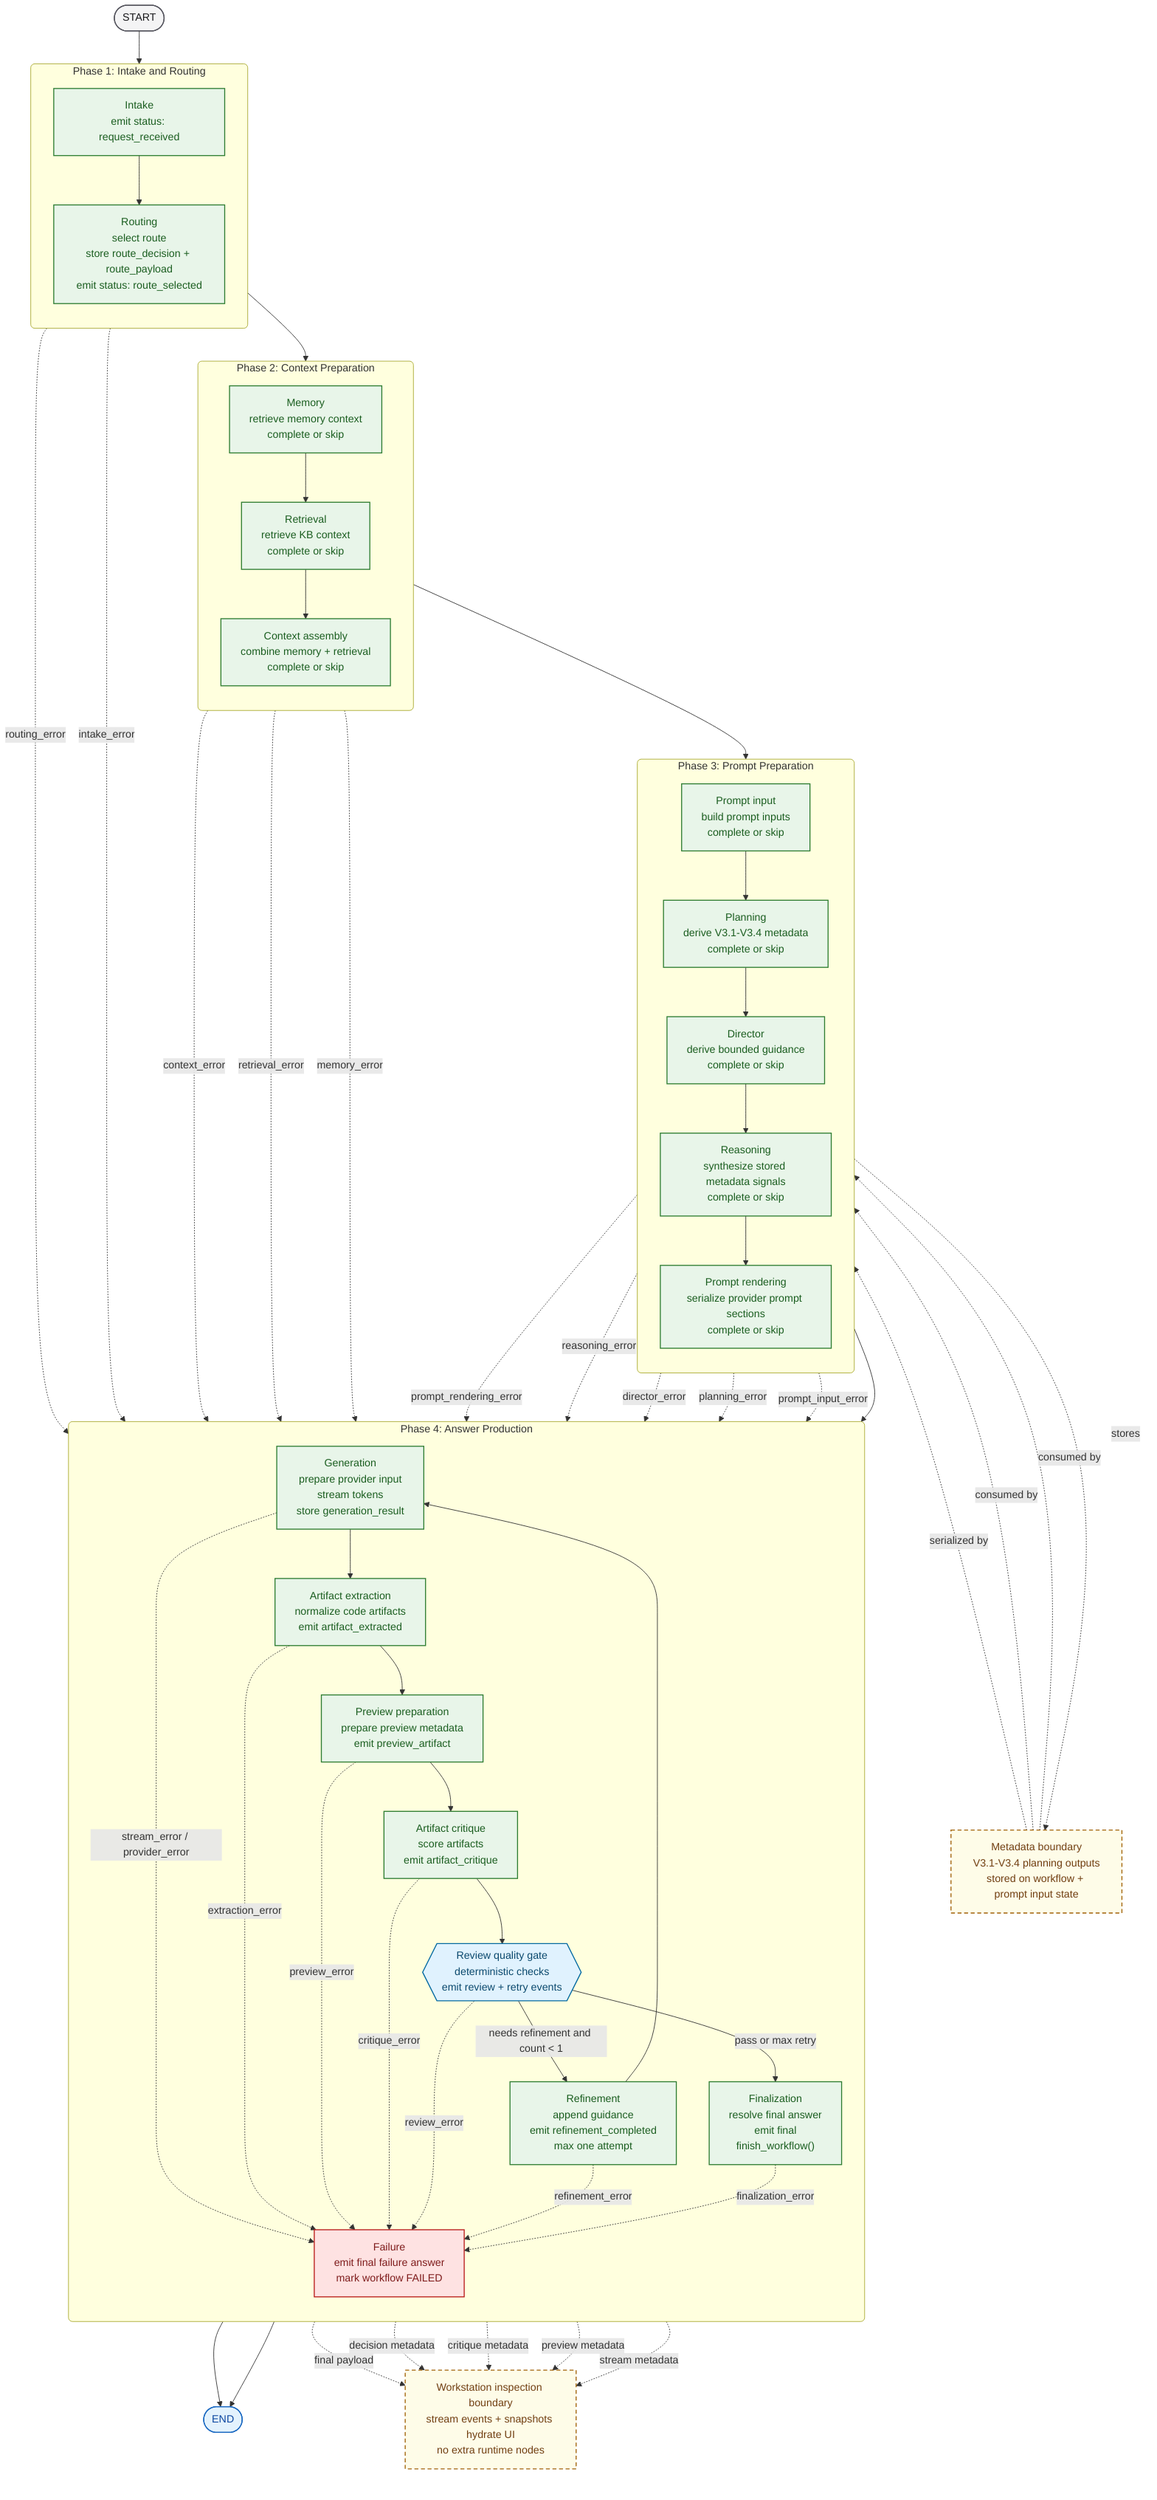
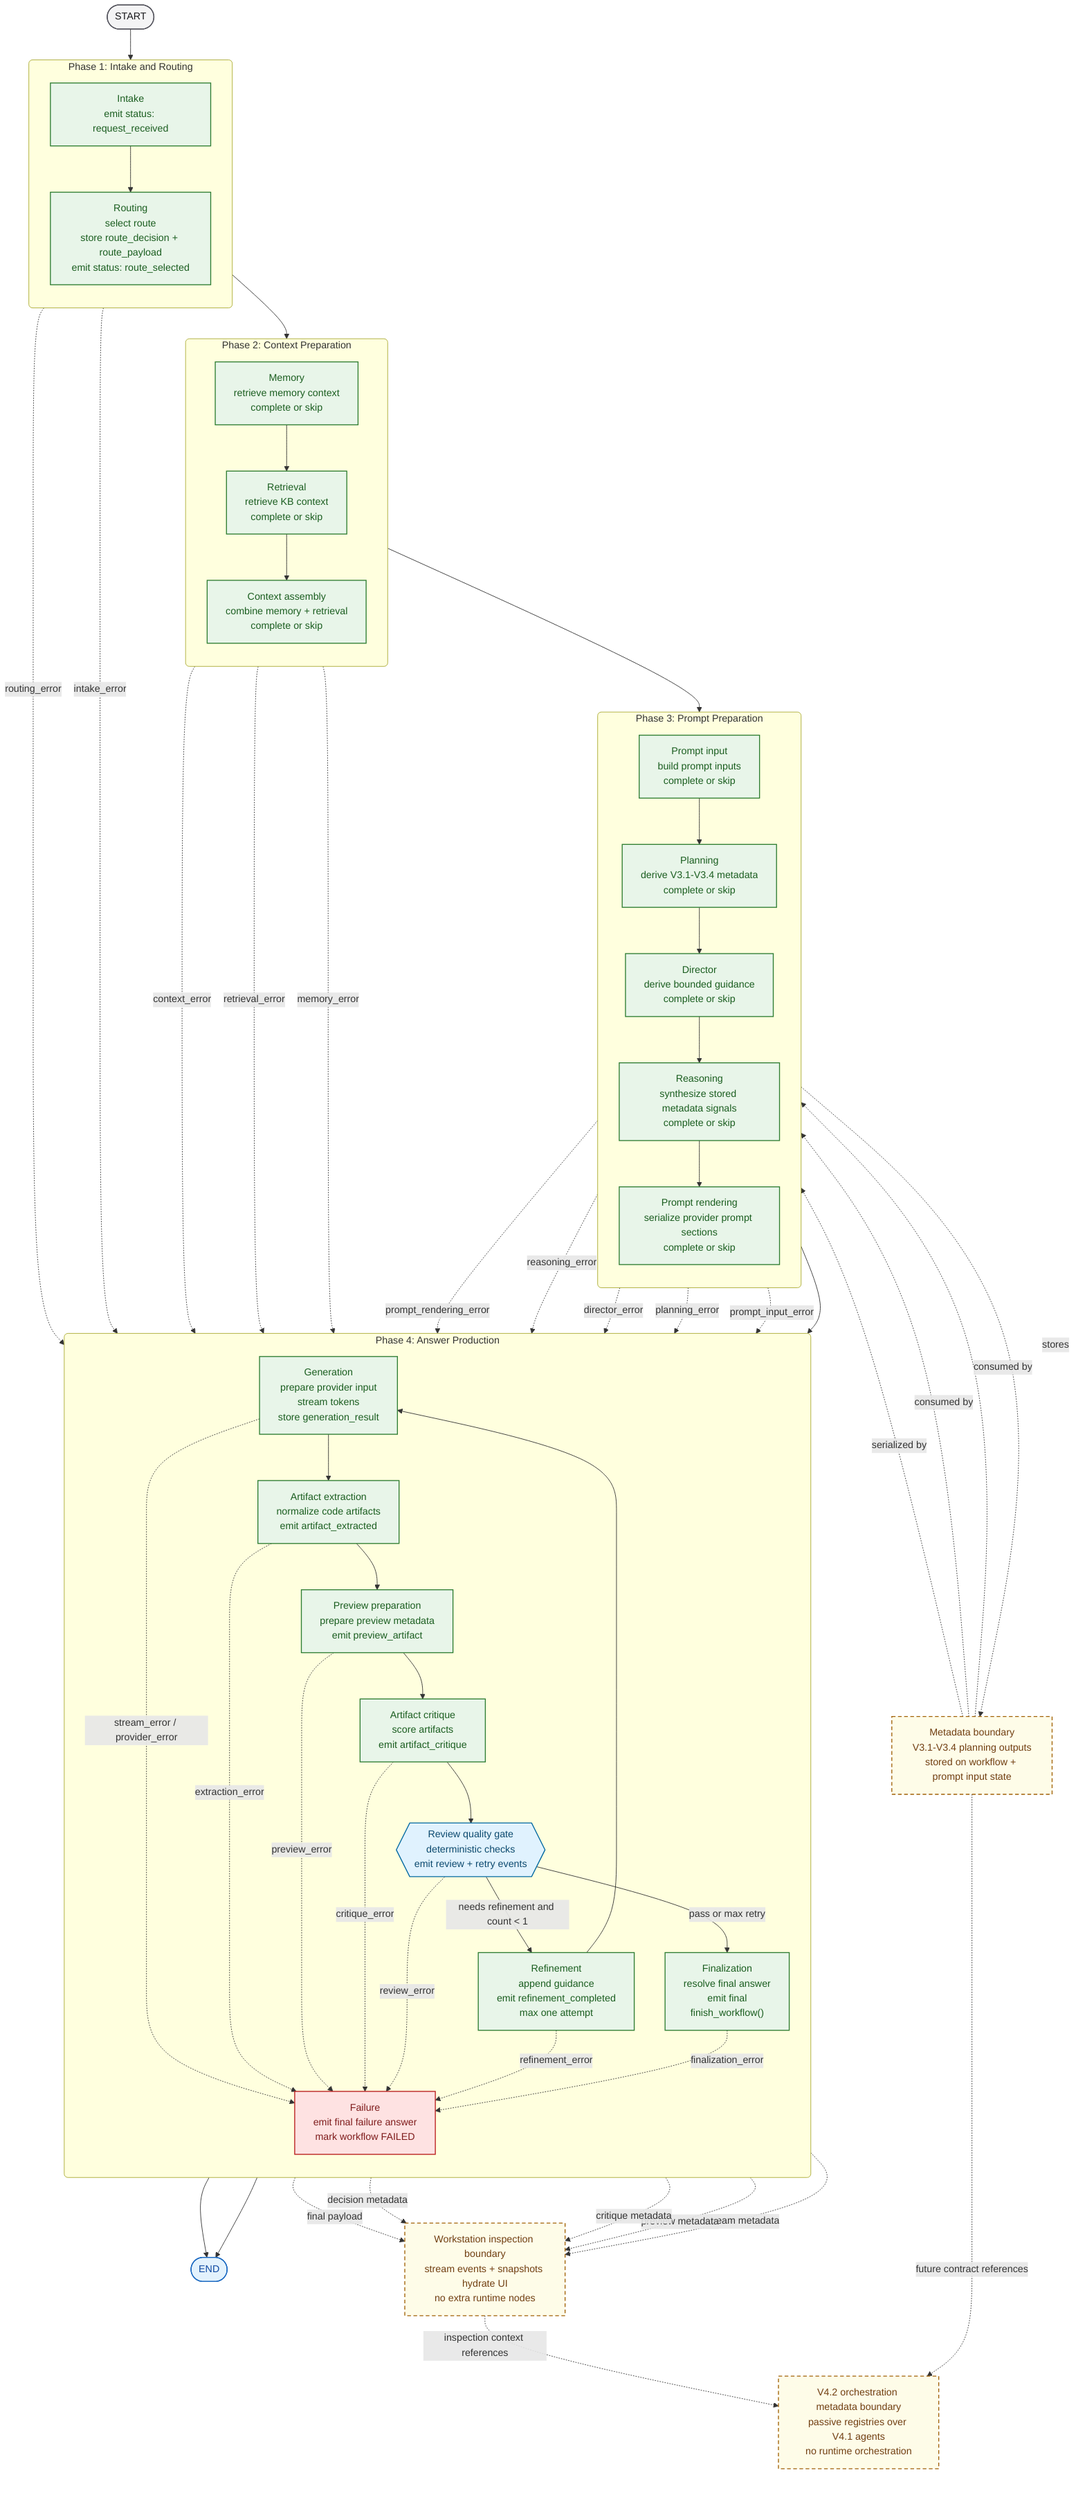
flowchart TB
    %% Class palette
    classDef boundary fill:#F4F4F5,stroke:#52525B,color:#18181B,stroke-width:1.5px;
    classDef implemented fill:#E8F5E9,stroke:#2E7D32,color:#1B5E20,stroke-width:1.5px;
    classDef gate fill:#E0F2FE,stroke:#0369A1,color:#0C4A6E,stroke-width:1.5px;
    classDef failure fill:#FEE2E2,stroke:#B91C1C,color:#7F1D1D,stroke-width:1.5px;
    classDef terminal fill:#E3F2FD,stroke:#1565C0,color:#0D47A1,stroke-width:1.5px;
    classDef relationship fill:#FEFCE8,stroke:#A16207,color:#713F12,stroke-width:1.5px,stroke-dasharray: 6 4;

    %% Terminal nodes
    start([START])
    finish([END])

    %% Runtime phases
    subgraph phase_1["Phase 1: Intake and Routing"]
        direction TB
        intake["Intake<br/>emit status: request_received"]
        routing["Routing<br/>select route<br/>store route_decision + route_payload<br/>emit status: route_selected"]
    end

    subgraph phase_2["Phase 2: Context Preparation"]
        direction TB
        memory["Memory<br/>retrieve memory context<br/>complete or skip"]
        retrieval["Retrieval<br/>retrieve KB context<br/>complete or skip"]
        context_assembly["Context assembly<br/>combine memory + retrieval<br/>complete or skip"]
    end

    subgraph phase_3["Phase 3: Prompt Preparation"]
        direction TB
        prompt_input["Prompt input<br/>build prompt inputs<br/>complete or skip"]
        planning["Planning<br/>derive V3.1-V3.4 metadata<br/>complete or skip"]
        director["Director<br/>derive bounded guidance<br/>complete or skip"]
        reasoning["Reasoning<br/>synthesize stored metadata signals<br/>complete or skip"]
        prompt_rendering["Prompt rendering<br/>serialize provider prompt sections<br/>complete or skip"]
    end

    subgraph phase_4["Phase 4: Answer Production"]
        direction TB
        generation["Generation<br/>prepare provider input<br/>stream tokens<br/>store generation_result"]
        artifact_extraction["Artifact extraction<br/>normalize code artifacts<br/>emit artifact_extracted"]
        preview_preparation["Preview preparation<br/>prepare preview metadata<br/>emit preview_artifact"]
        artifact_critique["Artifact critique<br/>score artifacts<br/>emit artifact_critique"]
        review{{"Review quality gate<br/>deterministic checks<br/>emit review + retry events"}}
        refinement["Refinement<br/>append guidance<br/>emit refinement_completed<br/>max one attempt"]
        finalization["Finalization<br/>resolve final answer<br/>emit final<br/>finish_workflow()"]
        failure["Failure<br/>emit final failure answer<br/>mark workflow FAILED"]
    end

    %% Documentation boundaries
    metadata_boundary["Metadata boundary<br/>V3.1-V3.4 planning outputs<br/>stored on workflow + prompt input state"]:::relationship
    workstation_boundary["Workstation inspection boundary<br/>stream events + snapshots hydrate UI<br/>no extra runtime nodes"]:::relationship
+     orchestration_boundary["V4.2 orchestration metadata boundary<br/>passive registries over V4.1 agents<br/>no runtime orchestration"]:::relationship

    %% Main success path
    start --> intake --> routing --> memory --> retrieval --> context_assembly --> prompt_input --> planning --> director --> reasoning --> prompt_rendering --> generation --> artifact_extraction --> preview_preparation --> artifact_critique --> review
    review -->|"pass or max retry"| finalization --> finish
    review -->|"needs refinement and count < 1"| refinement --> generation

    %% Metadata and inspection boundaries
    planning -. stores .-> metadata_boundary
    metadata_boundary -. consumed by .-> director
    metadata_boundary -. consumed by .-> reasoning
    metadata_boundary -. serialized by .-> prompt_rendering
    artifact_extraction -. stream metadata .-> workstation_boundary
    preview_preparation -. preview metadata .-> workstation_boundary
    artifact_critique -. critique metadata .-> workstation_boundary
    review -. decision metadata .-> workstation_boundary
    finalization -. final payload .-> workstation_boundary
+     metadata_boundary -. future contract references .-> orchestration_boundary
+     workstation_boundary -. inspection context references .-> orchestration_boundary

    %% Failure paths
    intake -. intake_error .-> failure
    routing -. routing_error .-> failure
    memory -. memory_error .-> failure
    retrieval -. retrieval_error .-> failure
    context_assembly -. context_error .-> failure
    prompt_input -. prompt_input_error .-> failure
    planning -. planning_error .-> failure
    director -. director_error .-> failure
    reasoning -. reasoning_error .-> failure
    prompt_rendering -. prompt_rendering_error .-> failure
    generation -. stream_error / provider_error .-> failure
    artifact_extraction -. extraction_error .-> failure
    preview_preparation -. preview_error .-> failure
    artifact_critique -. critique_error .-> failure
    review -. review_error .-> failure
    refinement -. refinement_error .-> failure
    finalization -. finalization_error .-> failure
    failure --> finish

    %% Node classes
    class start boundary
    class finish terminal
    class intake,routing,memory,retrieval,context_assembly,prompt_input,planning,director,reasoning,prompt_rendering,generation,artifact_extraction,preview_preparation,artifact_critique,refinement,finalization implemented
    class review gate
    class failure failure
-     class metadata_boundary,workstation_boundary relationship
+     class metadata_boundary,workstation_boundary,orchestration_boundary relationship

    %% Subgraph styling
    style phase_1 rx:6px,ry:6px
    style phase_2 rx:6px,ry:6px
    style phase_3 rx:6px,ry:6px
    style phase_4 rx:6px,ry:6px
